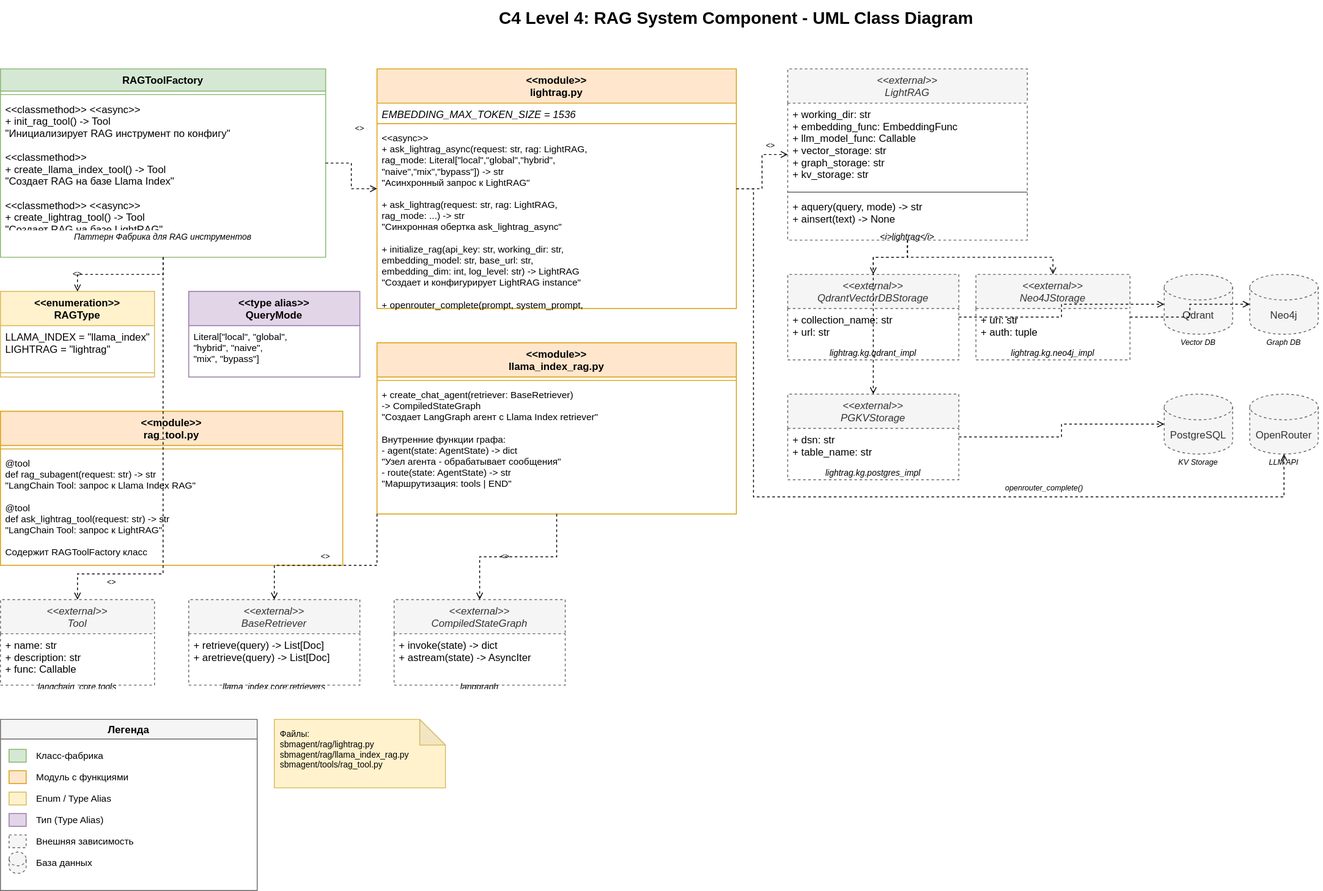
Earlier version of the draw.io export ProjectRAGUML.drawio.svg (pavel-collab/Agentic-system-images). Source tidied: cells renumbered, new cells last; positions are measured from the earlier drawing's top-left corner, leaving out a move shared by most shapes.
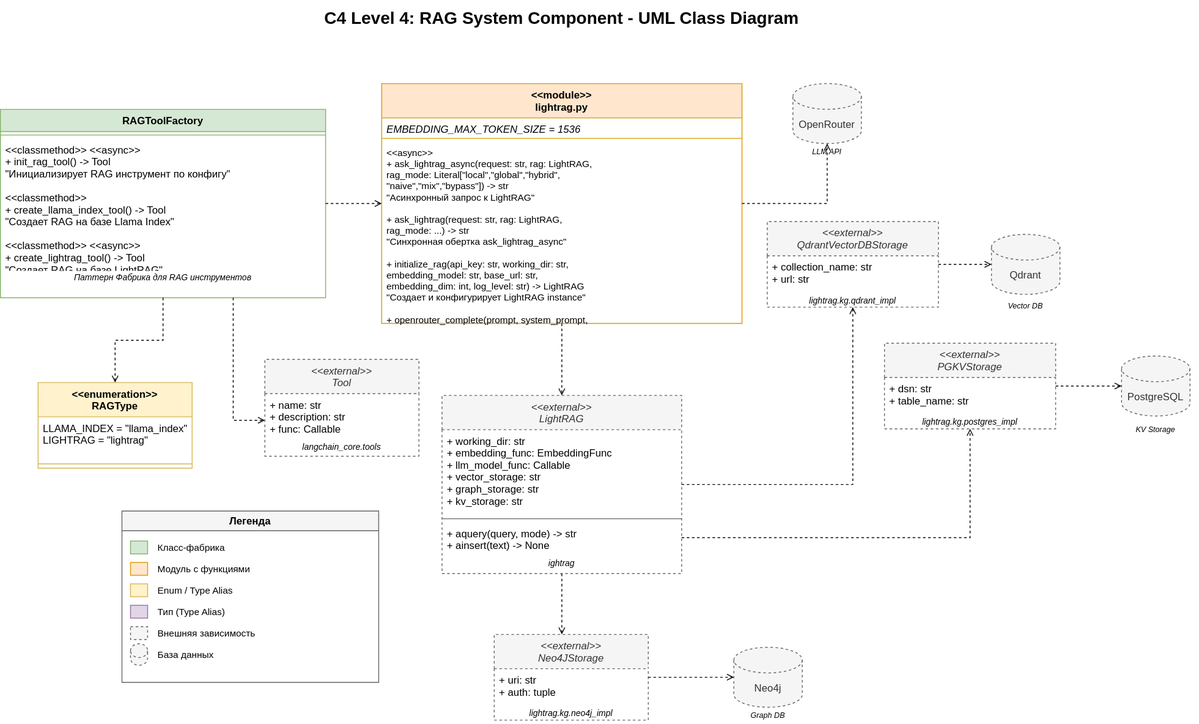
After the change.

Change to the diagram source:
```diff
@@ -8,3 +8,3 @@
     <mxCell id="3" value="RAGToolFactory" style="swimlane;fontStyle=1;align=center;verticalAlign=top;horizontal=1;startSize=26;fillColor=#d5e8d4;strokeColor=#82b366;" parent="1" vertex="1">
-      <mxGeometry y="80" width="380" height="220" as="geometry" />
+      <mxGeometry x="204" y="127" width="380" height="220" as="geometry" />
     </mxCell>
@@ -20,3 +20,3 @@
     <mxCell id="7" value="&lt;&lt;enumeration&gt;&gt;&#10;RAGType" style="swimlane;fontStyle=1;align=center;verticalAlign=top;horizontal=1;startSize=40;fillColor=#fff2cc;strokeColor=#d6b656;" parent="1" vertex="1">
-      <mxGeometry y="340" width="180" height="100" as="geometry" />
+      <mxGeometry x="248" y="446" width="180" height="100" as="geometry" />
     </mxCell>
@@ -29,39 +29,15 @@
     <mxCell id="10" value="&lt;&lt;module&gt;&gt;&#10;lightrag.py" style="swimlane;fontStyle=1;align=center;verticalAlign=top;horizontal=1;startSize=40;fillColor=#ffe6cc;strokeColor=#d79b00;" parent="1" vertex="1">
-      <mxGeometry x="440" y="80" width="420" height="280" as="geometry" />
+      <mxGeometry x="649.5" y="97" width="421" height="280" as="geometry" />
     </mxCell>
     <mxCell id="11" value="EMBEDDING_MAX_TOKEN_SIZE = 1536" style="text;strokeColor=none;fillColor=none;align=left;verticalAlign=top;spacingLeft=4;spacingRight=4;overflow=hidden;fontStyle=2;" parent="10" vertex="1">
-      <mxGeometry y="40" width="420" height="20" as="geometry" />
+      <mxGeometry y="40" width="421" height="20" as="geometry" />
     </mxCell>
     <mxCell id="12" style="line;strokeWidth=1;fillColor=none;align=left;verticalAlign=middle;spacingTop=-1;spacingLeft=3;spacingRight=3;labelPosition=right;strokeColor=inherit;" parent="10" vertex="1">
-      <mxGeometry y="60" width="420" height="8" as="geometry" />
+      <mxGeometry y="60" width="421" height="8" as="geometry" />
     </mxCell>
     <mxCell id="13" value="&lt;&lt;async&gt;&gt;&#10;+ ask_lightrag_async(request: str, rag: LightRAG,&#10;    rag_mode: Literal[&quot;local&quot;,&quot;global&quot;,&quot;hybrid&quot;,&#10;                      &quot;naive&quot;,&quot;mix&quot;,&quot;bypass&quot;]) -&gt; str&#10;    &quot;Асинхронный запрос к LightRAG&quot;&#10;&#10;+ ask_lightrag(request: str, rag: LightRAG,&#10;              rag_mode: ...) -&gt; str&#10;    &quot;Синхронная обертка ask_lightrag_async&quot;&#10;&#10;+ initialize_rag(api_key: str, working_dir: str,&#10;    embedding_model: str, base_url: str,&#10;    embedding_dim: int, log_level: str) -&gt; LightRAG&#10;    &quot;Создает и конфигурирует LightRAG instance&quot;&#10;&#10;+ openrouter_complete(prompt, system_prompt,&#10;    base_url, history_messages, **kwargs) -&gt; str&#10;    &quot;LLM completion через OpenRouter для LightRAG&quot;" style="text;strokeColor=none;fillColor=none;align=left;verticalAlign=top;spacingLeft=4;spacingRight=4;overflow=hidden;fontSize=11;" parent="10" vertex="1">
-      <mxGeometry y="68" width="420" height="212" as="geometry" />
+      <mxGeometry y="68" width="421" height="212" as="geometry" />
     </mxCell>
-    <mxCell id="14" value="&lt;&lt;type alias&gt;&gt;&#10;QueryMode" style="swimlane;fontStyle=1;align=center;verticalAlign=top;horizontal=1;startSize=40;fillColor=#e1d5e7;strokeColor=#9673a6;" parent="1" vertex="1">
-      <mxGeometry x="220" y="340" width="200" height="100" as="geometry" />
-    </mxCell>
-    <mxCell id="15" value="Literal[&quot;local&quot;, &quot;global&quot;, &#10;        &quot;hybrid&quot;, &quot;naive&quot;, &#10;        &quot;mix&quot;, &quot;bypass&quot;]" style="text;strokeColor=none;fillColor=none;align=left;verticalAlign=top;spacingLeft=4;spacingRight=4;overflow=hidden;fontSize=11;" parent="14" vertex="1">
-      <mxGeometry y="40" width="200" height="60" as="geometry" />
-    </mxCell>
-    <mxCell id="16" value="&lt;&lt;module&gt;&gt;&#10;llama_index_rag.py" style="swimlane;fontStyle=1;align=center;verticalAlign=top;horizontal=1;startSize=40;fillColor=#ffe6cc;strokeColor=#d79b00;" parent="1" vertex="1">
-      <mxGeometry x="440" y="400" width="420" height="200" as="geometry" />
-    </mxCell>
-    <mxCell id="17" style="line;strokeWidth=1;fillColor=none;align=left;verticalAlign=middle;spacingTop=-1;spacingLeft=3;spacingRight=3;labelPosition=right;strokeColor=inherit;" parent="16" vertex="1">
-      <mxGeometry y="40" width="420" height="8" as="geometry" />
-    </mxCell>
-    <mxCell id="18" value="+ create_chat_agent(retriever: BaseRetriever) &#10;    -&gt; CompiledStateGraph&#10;    &quot;Создает LangGraph агент с Llama Index retriever&quot;&#10;&#10;Внутренние функции графа:&#10;  - agent(state: AgentState) -&gt; dict&#10;      &quot;Узел агента - обрабатывает сообщения&quot;&#10;  - route(state: AgentState) -&gt; str&#10;      &quot;Маршрутизация: tools | END&quot;" style="text;strokeColor=none;fillColor=none;align=left;verticalAlign=top;spacingLeft=4;spacingRight=4;overflow=hidden;fontSize=11;" parent="16" vertex="1">
-      <mxGeometry y="48" width="420" height="152" as="geometry" />
-    </mxCell>
-    <mxCell id="19" value="&lt;&lt;module&gt;&gt;&#10;rag_tool.py" style="swimlane;fontStyle=1;align=center;verticalAlign=top;horizontal=1;startSize=40;fillColor=#ffe6cc;strokeColor=#d79b00;" parent="1" vertex="1">
-      <mxGeometry y="480" width="400" height="180" as="geometry" />
-    </mxCell>
-    <mxCell id="20" style="line;strokeWidth=1;fillColor=none;align=left;verticalAlign=middle;spacingTop=-1;spacingLeft=3;spacingRight=3;labelPosition=right;strokeColor=inherit;" parent="19" vertex="1">
-      <mxGeometry y="40" width="400" height="8" as="geometry" />
-    </mxCell>
-    <mxCell id="21" value="@tool&#10;def rag_subagent(request: str) -&gt; str&#10;    &quot;LangChain Tool: запрос к Llama Index RAG&quot;&#10;&#10;@tool&#10;def ask_lightrag_tool(request: str) -&gt; str&#10;    &quot;LangChain Tool: запрос к LightRAG&quot;&#10;&#10;Содержит RAGToolFactory класс" style="text;strokeColor=none;fillColor=none;align=left;verticalAlign=top;spacingLeft=4;spacingRight=4;overflow=hidden;fontSize=11;" parent="19" vertex="1">
-      <mxGeometry y="48" width="400" height="132" as="geometry" />
-    </mxCell>
     <mxCell id="22" value="&lt;&lt;external&gt;&gt;&#10;LightRAG" style="swimlane;fontStyle=2;align=center;verticalAlign=top;horizontal=1;startSize=40;fillColor=#f5f5f5;strokeColor=#666666;fontColor=#333333;dashed=1;" parent="1" vertex="1">
-      <mxGeometry x="920" y="80" width="280" height="200" as="geometry" />
+      <mxGeometry x="720" y="461" width="280" height="208" as="geometry" />
     </mxCell>
@@ -76,7 +52,7 @@
     </mxCell>
-    <mxCell id="26" value="&lt;i&gt;lightrag&lt;/i&gt;" style="text;strokeColor=none;fillColor=none;align=center;verticalAlign=top;spacingLeft=4;spacingRight=4;overflow=hidden;fontStyle=2;fontSize=10;" parent="22" vertex="1">
-      <mxGeometry y="184" width="280" height="16" as="geometry" />
+    <mxCell id="26" value="ightrag&#10;" style="text;strokeColor=none;fillColor=none;align=center;verticalAlign=top;spacingLeft=4;spacingRight=4;overflow=hidden;fontStyle=2;fontSize=10;" parent="22" vertex="1">
+      <mxGeometry y="184" width="280" height="24" as="geometry" />
     </mxCell>
     <mxCell id="27" value="&lt;&lt;external&gt;&gt;&#10;QdrantVectorDBStorage" style="swimlane;fontStyle=2;align=center;verticalAlign=top;horizontal=1;startSize=40;fillColor=#f5f5f5;strokeColor=#666666;fontColor=#333333;dashed=1;" parent="1" vertex="1">
-      <mxGeometry x="920" y="320" width="200" height="100" as="geometry" />
+      <mxGeometry x="1100" y="258" width="200" height="100" as="geometry" />
     </mxCell>
@@ -89,3 +65,3 @@
     <mxCell id="30" value="&lt;&lt;external&gt;&gt;&#10;Neo4JStorage" style="swimlane;fontStyle=2;align=center;verticalAlign=top;horizontal=1;startSize=40;fillColor=#f5f5f5;strokeColor=#666666;fontColor=#333333;dashed=1;" parent="1" vertex="1">
-      <mxGeometry x="1140" y="320" width="180" height="100" as="geometry" />
+      <mxGeometry x="781" y="740" width="180" height="100" as="geometry" />
     </mxCell>
@@ -98,3 +74,3 @@
     <mxCell id="33" value="&lt;&lt;external&gt;&gt;&#10;PGKVStorage" style="swimlane;fontStyle=2;align=center;verticalAlign=top;horizontal=1;startSize=40;fillColor=#f5f5f5;strokeColor=#666666;fontColor=#333333;dashed=1;" parent="1" vertex="1">
-      <mxGeometry x="920" y="460" width="200" height="100" as="geometry" />
+      <mxGeometry x="1237" y="400" width="200" height="100" as="geometry" />
     </mxCell>
@@ -107,3 +83,3 @@
     <mxCell id="36" value="&lt;&lt;external&gt;&gt;&#10;Tool" style="swimlane;fontStyle=2;align=center;verticalAlign=top;horizontal=1;startSize=40;fillColor=#f5f5f5;strokeColor=#666666;fontColor=#333333;dashed=1;" parent="1" vertex="1">
-      <mxGeometry y="700" width="180" height="100" as="geometry" />
+      <mxGeometry x="513" y="419" width="180" height="113" as="geometry" />
     </mxCell>
@@ -113,45 +89,27 @@
     <mxCell id="38" value="langchain_core.tools" style="text;strokeColor=none;fillColor=none;align=center;verticalAlign=top;spacingLeft=4;spacingRight=4;overflow=hidden;fontStyle=2;fontSize=10;" parent="36" vertex="1">
-      <mxGeometry y="90" width="180" height="10" as="geometry" />
+      <mxGeometry y="90" width="180" height="23" as="geometry" />
     </mxCell>
-    <mxCell id="39" value="&lt;&lt;external&gt;&gt;&#10;BaseRetriever" style="swimlane;fontStyle=2;align=center;verticalAlign=top;horizontal=1;startSize=40;fillColor=#f5f5f5;strokeColor=#666666;fontColor=#333333;dashed=1;" parent="1" vertex="1">
-      <mxGeometry x="220" y="700" width="200" height="100" as="geometry" />
-    </mxCell>
-    <mxCell id="40" value="+ retrieve(query) -&gt; List[Doc]&#10;+ aretrieve(query) -&gt; List[Doc]" style="text;strokeColor=none;fillColor=none;align=left;verticalAlign=top;spacingLeft=4;spacingRight=4;overflow=hidden;" parent="39" vertex="1">
-      <mxGeometry y="40" width="200" height="50" as="geometry" />
-    </mxCell>
-    <mxCell id="41" value="llama_index.core.retrievers" style="text;strokeColor=none;fillColor=none;align=center;verticalAlign=top;spacingLeft=4;spacingRight=4;overflow=hidden;fontStyle=2;fontSize=10;" parent="39" vertex="1">
-      <mxGeometry y="90" width="200" height="10" as="geometry" />
-    </mxCell>
-    <mxCell id="42" value="&lt;&lt;external&gt;&gt;&#10;CompiledStateGraph" style="swimlane;fontStyle=2;align=center;verticalAlign=top;horizontal=1;startSize=40;fillColor=#f5f5f5;strokeColor=#666666;fontColor=#333333;dashed=1;" parent="1" vertex="1">
-      <mxGeometry x="460" y="700" width="200" height="100" as="geometry" />
-    </mxCell>
-    <mxCell id="43" value="+ invoke(state) -&gt; dict&#10;+ astream(state) -&gt; AsyncIter" style="text;strokeColor=none;fillColor=none;align=left;verticalAlign=top;spacingLeft=4;spacingRight=4;overflow=hidden;" parent="42" vertex="1">
-      <mxGeometry y="40" width="200" height="50" as="geometry" />
-    </mxCell>
-    <mxCell id="44" value="langgraph" style="text;strokeColor=none;fillColor=none;align=center;verticalAlign=top;spacingLeft=4;spacingRight=4;overflow=hidden;fontStyle=2;fontSize=10;" parent="42" vertex="1">
-      <mxGeometry y="90" width="200" height="10" as="geometry" />
-    </mxCell>
     <mxCell id="45" value="Qdrant" style="shape=cylinder3;whiteSpace=wrap;html=1;boundedLbl=1;backgroundOutline=1;size=15;fillColor=#f5f5f5;strokeColor=#666666;fontColor=#333333;dashed=1;" parent="1" vertex="1">
-      <mxGeometry x="1360" y="320" width="80" height="70" as="geometry" />
+      <mxGeometry x="1362" y="273" width="80" height="70" as="geometry" />
     </mxCell>
     <mxCell id="46" value="Vector DB" style="text;html=1;strokeColor=none;fillColor=none;align=center;verticalAlign=middle;whiteSpace=wrap;rounded=0;fontSize=9;fontStyle=2;" parent="1" vertex="1">
-      <mxGeometry x="1355" y="390" width="90" height="20" as="geometry" />
+      <mxGeometry x="1357" y="347" width="90" height="20" as="geometry" />
     </mxCell>
     <mxCell id="47" value="Neo4j" style="shape=cylinder3;whiteSpace=wrap;html=1;boundedLbl=1;backgroundOutline=1;size=15;fillColor=#f5f5f5;strokeColor=#666666;fontColor=#333333;dashed=1;" parent="1" vertex="1">
-      <mxGeometry x="1460" y="320" width="80" height="70" as="geometry" />
+      <mxGeometry x="1061" y="755" width="80" height="70" as="geometry" />
     </mxCell>
     <mxCell id="48" value="Graph DB" style="text;html=1;strokeColor=none;fillColor=none;align=center;verticalAlign=middle;whiteSpace=wrap;rounded=0;fontSize=9;fontStyle=2;" parent="1" vertex="1">
-      <mxGeometry x="1455" y="390" width="90" height="20" as="geometry" />
+      <mxGeometry x="1056" y="825" width="90" height="20" as="geometry" />
     </mxCell>
     <mxCell id="49" value="PostgreSQL" style="shape=cylinder3;whiteSpace=wrap;html=1;boundedLbl=1;backgroundOutline=1;size=15;fillColor=#f5f5f5;strokeColor=#666666;fontColor=#333333;dashed=1;" parent="1" vertex="1">
-      <mxGeometry x="1360" y="460" width="80" height="70" as="geometry" />
+      <mxGeometry x="1514" y="415" width="80" height="70" as="geometry" />
     </mxCell>
     <mxCell id="50" value="KV Storage" style="text;html=1;strokeColor=none;fillColor=none;align=center;verticalAlign=middle;whiteSpace=wrap;rounded=0;fontSize=9;fontStyle=2;" parent="1" vertex="1">
-      <mxGeometry x="1350" y="530" width="100" height="20" as="geometry" />
+      <mxGeometry x="1504" y="491" width="100" height="20" as="geometry" />
     </mxCell>
     <mxCell id="51" value="OpenRouter" style="shape=cylinder3;whiteSpace=wrap;html=1;boundedLbl=1;backgroundOutline=1;size=15;fillColor=#f5f5f5;strokeColor=#666666;fontColor=#333333;dashed=1;" parent="1" vertex="1">
-      <mxGeometry x="1460" y="460" width="80" height="70" as="geometry" />
+      <mxGeometry x="1130" y="97" width="80" height="70" as="geometry" />
     </mxCell>
     <mxCell id="52" value="LLM API" style="text;html=1;strokeColor=none;fillColor=none;align=center;verticalAlign=middle;whiteSpace=wrap;rounded=0;fontSize=9;fontStyle=2;" parent="1" vertex="1">
-      <mxGeometry x="1455" y="530" width="90" height="20" as="geometry" />
+      <mxGeometry x="1125" y="167" width="90" height="20" as="geometry" />
     </mxCell>
@@ -160,5 +118,2 @@
     </mxCell>
-    <mxCell id="54" value="&lt;&lt;uses&gt;&gt;" style="text;html=1;strokeColor=none;fillColor=none;align=center;verticalAlign=middle;whiteSpace=wrap;rounded=0;fontSize=9;fontStyle=2;" parent="1" vertex="1">
-      <mxGeometry x="60" y="310" width="60" height="20" as="geometry" />
-    </mxCell>
     <mxCell id="55" style="edgeStyle=orthogonalEdgeStyle;rounded=0;jettySize=auto;html=1;dashed=1;endArrow=open;endFill=0;strokeWidth=1;" parent="1" edge="1" source="3" target="36">
@@ -166,4 +121,3 @@
         <Array as="points">
-          <mxPoint x="190" y="670" />
-          <mxPoint x="90" y="670" />
+          <mxPoint x="476" y="490" />
         </Array>
@@ -171,5 +125,2 @@
     </mxCell>
-    <mxCell id="56" value="&lt;&lt;creates&gt;&gt;" style="text;html=1;strokeColor=none;fillColor=none;align=center;verticalAlign=middle;whiteSpace=wrap;rounded=0;fontSize=9;fontStyle=2;" parent="1" vertex="1">
-      <mxGeometry x="100" y="670" width="60" height="20" as="geometry" />
-    </mxCell>
     <mxCell id="57" style="edgeStyle=orthogonalEdgeStyle;rounded=0;jettySize=auto;html=1;dashed=1;endArrow=open;endFill=0;strokeWidth=1;" parent="1" edge="1" source="3" target="10">
@@ -177,5 +128,2 @@
     </mxCell>
-    <mxCell id="58" value="&lt;&lt;uses&gt;&gt;" style="text;html=1;strokeColor=none;fillColor=none;align=center;verticalAlign=middle;whiteSpace=wrap;rounded=0;fontSize=9;fontStyle=2;" parent="1" vertex="1">
-      <mxGeometry x="390" y="140" width="60" height="20" as="geometry" />
-    </mxCell>
     <mxCell id="59" style="edgeStyle=orthogonalEdgeStyle;rounded=0;jettySize=auto;html=1;dashed=1;endArrow=open;endFill=0;strokeWidth=1;" parent="1" edge="1" source="10" target="22">
@@ -183,5 +131,2 @@
     </mxCell>
-    <mxCell id="60" value="&lt;&lt;uses&gt;&gt;" style="text;html=1;strokeColor=none;fillColor=none;align=center;verticalAlign=middle;whiteSpace=wrap;rounded=0;fontSize=9;fontStyle=2;" parent="1" vertex="1">
-      <mxGeometry x="870" y="160" width="60" height="20" as="geometry" />
-    </mxCell>
     <mxCell id="61" style="edgeStyle=orthogonalEdgeStyle;rounded=0;jettySize=auto;html=1;dashed=1;endArrow=open;endFill=0;strokeWidth=1;" parent="1" edge="1" source="22" target="27">
@@ -190,10 +135,13 @@
     <mxCell id="62" style="edgeStyle=orthogonalEdgeStyle;rounded=0;jettySize=auto;html=1;dashed=1;endArrow=open;endFill=0;strokeWidth=1;" parent="1" edge="1" source="22" target="30">
-      <mxGeometry relative="1" as="geometry" />
+      <mxGeometry relative="1" as="geometry">
+        <Array as="points">
+          <mxPoint x="860" y="836" />
+          <mxPoint x="860" y="836" />
+        </Array>
+      </mxGeometry>
     </mxCell>
-    <mxCell id="63" style="edgeStyle=orthogonalEdgeStyle;rounded=0;jettySize=auto;html=1;dashed=1;endArrow=open;endFill=0;strokeWidth=1;exitX=0.5;exitY=1;exitDx=0;exitDy=0;" parent="1" edge="1" source="22" target="33">
+    <mxCell id="63" style="edgeStyle=orthogonalEdgeStyle;rounded=0;jettySize=auto;html=1;dashed=1;endArrow=open;endFill=0;strokeWidth=1;exitX=1;exitY=0.5;exitDx=0;exitDy=0;" parent="1" edge="1" source="25" target="33">
       <mxGeometry relative="1" as="geometry">
         <Array as="points">
-          <mxPoint x="1060" y="300" />
-          <mxPoint x="1020" y="300" />
-          <mxPoint x="1020" y="440" />
+          <mxPoint x="1337" y="627" />
         </Array>
@@ -213,5 +161,3 @@
         <Array as="points">
-          <mxPoint x="880" y="220" />
-          <mxPoint x="880" y="580" />
-          <mxPoint x="1500" y="580" />
+          <mxPoint x="1170" y="237" />
         </Array>
@@ -219,24 +165,4 @@
     </mxCell>
-    <mxCell id="68" value="openrouter_complete()" style="text;html=1;strokeColor=none;fillColor=none;align=center;verticalAlign=middle;whiteSpace=wrap;rounded=0;fontSize=9;fontStyle=2;" parent="1" vertex="1">
-      <mxGeometry x="1160" y="560" width="120" height="20" as="geometry" />
-    </mxCell>
-    <mxCell id="69" style="edgeStyle=orthogonalEdgeStyle;rounded=0;jettySize=auto;html=1;dashed=1;endArrow=open;endFill=0;strokeWidth=1;exitX=0;exitY=1;exitDx=0;exitDy=0;" parent="1" edge="1" source="16" target="39">
-      <mxGeometry relative="1" as="geometry">
-        <Array as="points">
-          <mxPoint x="440" y="660" />
-          <mxPoint x="320" y="660" />
-        </Array>
-      </mxGeometry>
-    </mxCell>
-    <mxCell id="70" value="&lt;&lt;uses&gt;&gt;" style="text;html=1;strokeColor=none;fillColor=none;align=center;verticalAlign=middle;whiteSpace=wrap;rounded=0;fontSize=9;fontStyle=2;" parent="1" vertex="1">
-      <mxGeometry x="350" y="640" width="60" height="20" as="geometry" />
-    </mxCell>
-    <mxCell id="71" style="edgeStyle=orthogonalEdgeStyle;rounded=0;jettySize=auto;html=1;dashed=1;endArrow=open;endFill=0;strokeWidth=1;" parent="1" edge="1" source="16" target="42">
-      <mxGeometry relative="1" as="geometry" />
-    </mxCell>
-    <mxCell id="72" value="&lt;&lt;creates&gt;&gt;" style="text;html=1;strokeColor=none;fillColor=none;align=center;verticalAlign=middle;whiteSpace=wrap;rounded=0;fontSize=9;fontStyle=2;" parent="1" vertex="1">
-      <mxGeometry x="560" y="640" width="60" height="20" as="geometry" />
-    </mxCell>
     <mxCell id="73" value="Легенда" style="swimlane;startSize=23;fillColor=#f5f5f5;strokeColor=#666666;" parent="1" vertex="1">
-      <mxGeometry y="840" width="300" height="200" as="geometry" />
+      <mxGeometry x="346" y="596" width="300" height="200" as="geometry" />
     </mxCell>
@@ -278,5 +204,2 @@
     </mxCell>
-    <mxCell id="86" value="Файлы:&#10;sbmagent/rag/lightrag.py&#10;sbmagent/rag/llama_index_rag.py&#10;sbmagent/tools/rag_tool.py" style="shape=note;whiteSpace=wrap;html=1;backgroundOutline=1;darkOpacity=0.05;fillColor=#fff2cc;strokeColor=#d6b656;align=left;verticalAlign=top;spacingLeft=5;spacingTop=5;fontSize=10;" parent="1" vertex="1">
-      <mxGeometry x="320" y="840" width="200" height="80" as="geometry" />
-    </mxCell>
   </root>
```
